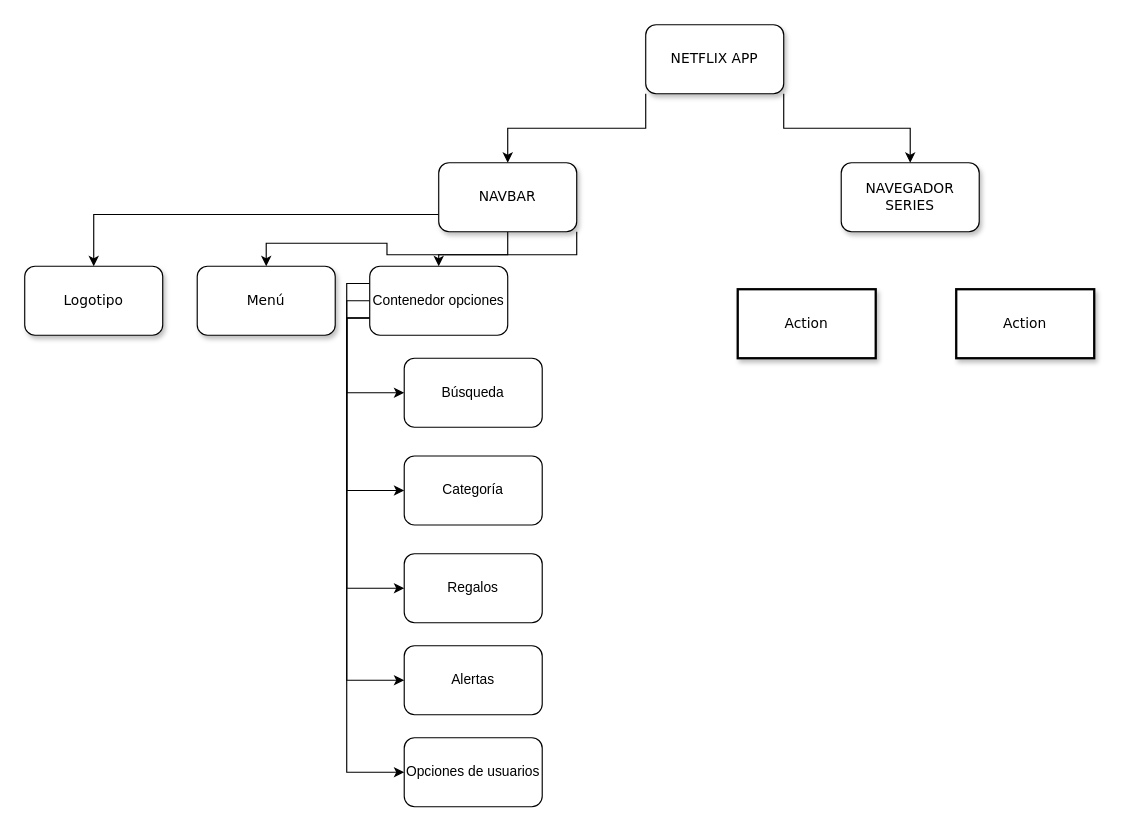
Before: Untitled Diagram.drawio in Monicavila/ejercicio-2, a draw.io diagram. Source tidied: cells renumbered, new cells numbered last; positions are measured from the earlier drawing's top-left corner, leaving out a move shared by most shapes. Both pictures are drawn from the tidied source at 115%, with x=0, y=0 at pixel (24, 24).
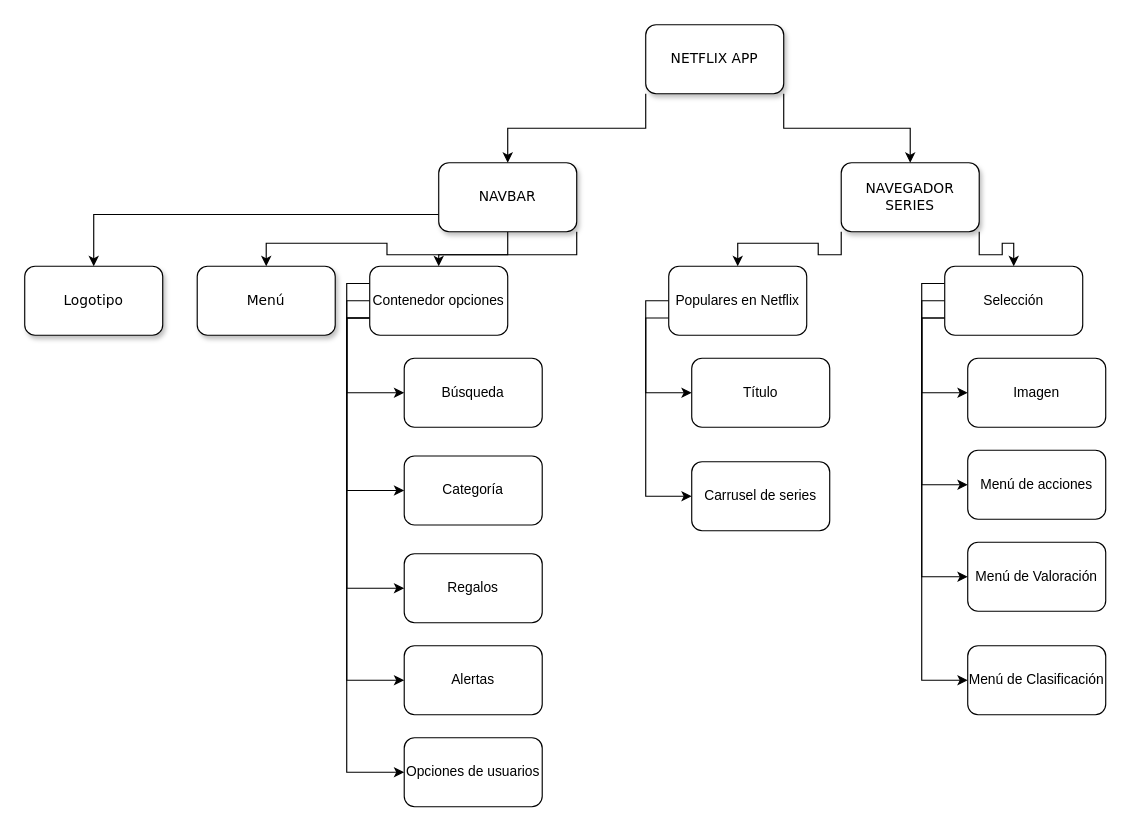
The same page after the edit.

The change refers to these unchanged cells:
```xml
<mxCell id="9" value="&lt;div&gt;NAVEGADOR&lt;br&gt;&lt;/div&gt;&lt;div&gt; SERIES&lt;/div&gt;" style="whiteSpace=wrap;html=1;rounded=1;shadow=1;labelBackgroundColor=none;strokeWidth=1;fontFamily=Verdana;fontSize=12;align=center;" parent="1" vertex="1">
  <mxGeometry x="710" y="120" width="120" height="60" as="geometry" />
</mxCell>
```

Change to the diagram source:
```diff
@@
+    <mxCell id="25" style="edgeStyle=orthogonalEdgeStyle;rounded=0;jettySize=auto;html=1;exitX=0;exitY=1;exitDx=0;exitDy=0;entryX=0.5;entryY=0;entryDx=0;entryDy=0;" parent="1" edge="1" source="9" target="29">
+      <mxGeometry relative="1" as="geometry" />
+    </mxCell>
+    <mxCell id="26" style="edgeStyle=orthogonalEdgeStyle;rounded=0;jettySize=auto;html=1;exitX=1;exitY=1;exitDx=0;exitDy=0;entryX=0.5;entryY=0;entryDx=0;entryDy=0;" parent="1" edge="1" source="9" target="34">
+      <mxGeometry relative="1" as="geometry" />
+    </mxCell>
@@
-    <mxCell id="12" value="&lt;span&gt;Action&lt;/span&gt;" style="whiteSpace=wrap;html=1;rounded=0;shadow=1;labelBackgroundColor=none;strokeWidth=2;fontFamily=Verdana;fontSize=12;align=center;" parent="1" vertex="1">
-      <mxGeometry x="620" y="230" width="120" height="60" as="geometry" />
-    </mxCell>
-    <mxCell id="13" value="&lt;span&gt;Action&lt;/span&gt;" style="whiteSpace=wrap;html=1;rounded=0;shadow=1;labelBackgroundColor=none;strokeWidth=2;fontFamily=Verdana;fontSize=12;align=center;" parent="1" vertex="1">
-      <mxGeometry x="810" y="230" width="120" height="60" as="geometry" />
-    </mxCell>
@@
+    <mxCell id="27" style="edgeStyle=orthogonalEdgeStyle;rounded=0;jettySize=auto;html=1;exitX=0;exitY=0.5;exitDx=0;exitDy=0;entryX=0;entryY=0.5;entryDx=0;entryDy=0;" parent="1" edge="1" source="29" target="35">
+      <mxGeometry relative="1" as="geometry" />
+    </mxCell>
+    <mxCell id="28" style="edgeStyle=orthogonalEdgeStyle;rounded=0;jettySize=auto;html=1;exitX=0;exitY=0.75;exitDx=0;exitDy=0;entryX=0;entryY=0.5;entryDx=0;entryDy=0;" parent="1" edge="1" source="29" target="36">
+      <mxGeometry relative="1" as="geometry" />
+    </mxCell>
+    <mxCell id="29" value="Populares en Netflix" style="rounded=1;whiteSpace=wrap;html=1;" parent="1" vertex="1">
+      <mxGeometry x="560" y="210" width="120" height="60" as="geometry" />
+    </mxCell>
+    <mxCell id="30" style="edgeStyle=orthogonalEdgeStyle;rounded=0;jettySize=auto;html=1;exitX=0;exitY=0.25;exitDx=0;exitDy=0;entryX=0;entryY=0.5;entryDx=0;entryDy=0;" parent="1" edge="1" source="34" target="37">
+      <mxGeometry relative="1" as="geometry" />
+    </mxCell>
+    <mxCell id="31" style="edgeStyle=orthogonalEdgeStyle;rounded=0;jettySize=auto;html=1;exitX=0;exitY=0.5;exitDx=0;exitDy=0;entryX=0;entryY=0.5;entryDx=0;entryDy=0;" parent="1" edge="1" source="34" target="38">
+      <mxGeometry relative="1" as="geometry" />
+    </mxCell>
+    <mxCell id="32" style="edgeStyle=orthogonalEdgeStyle;rounded=0;jettySize=auto;html=1;exitX=0;exitY=0.75;exitDx=0;exitDy=0;entryX=0;entryY=0.5;entryDx=0;entryDy=0;" parent="1" edge="1" source="34" target="39">
+      <mxGeometry relative="1" as="geometry" />
+    </mxCell>
+    <mxCell id="33" style="edgeStyle=orthogonalEdgeStyle;rounded=0;jettySize=auto;html=1;exitX=0;exitY=0.75;exitDx=0;exitDy=0;entryX=0;entryY=0.5;entryDx=0;entryDy=0;" parent="1" edge="1" source="34" target="40">
+      <mxGeometry relative="1" as="geometry" />
+    </mxCell>
+    <mxCell id="34" value="Selección" style="rounded=1;whiteSpace=wrap;html=1;" parent="1" vertex="1">
+      <mxGeometry x="800" y="210" width="120" height="60" as="geometry" />
+    </mxCell>
+    <mxCell id="35" value="Título" style="rounded=1;whiteSpace=wrap;html=1;" parent="1" vertex="1">
+      <mxGeometry x="580" y="290" width="120" height="60" as="geometry" />
+    </mxCell>
+    <mxCell id="36" value="Carrusel de series" style="rounded=1;whiteSpace=wrap;html=1;" parent="1" vertex="1">
+      <mxGeometry x="580" y="380" width="120" height="60" as="geometry" />
+    </mxCell>
+    <mxCell id="37" value="Imagen" style="rounded=1;whiteSpace=wrap;html=1;" parent="1" vertex="1">
+      <mxGeometry x="820" y="290" width="120" height="60" as="geometry" />
+    </mxCell>
+    <mxCell id="38" value="Menú de acciones" style="rounded=1;whiteSpace=wrap;html=1;" parent="1" vertex="1">
+      <mxGeometry x="820" y="370" width="120" height="60" as="geometry" />
+    </mxCell>
+    <mxCell id="39" value="Menú de Valoración" style="rounded=1;whiteSpace=wrap;html=1;" parent="1" vertex="1">
+      <mxGeometry x="820" y="450" width="120" height="60" as="geometry" />
+    </mxCell>
+    <mxCell id="40" value="Menú de Clasificación" style="rounded=1;whiteSpace=wrap;html=1;" parent="1" vertex="1">
+      <mxGeometry x="820" y="540" width="120" height="60" as="geometry" />
+    </mxCell>
```
